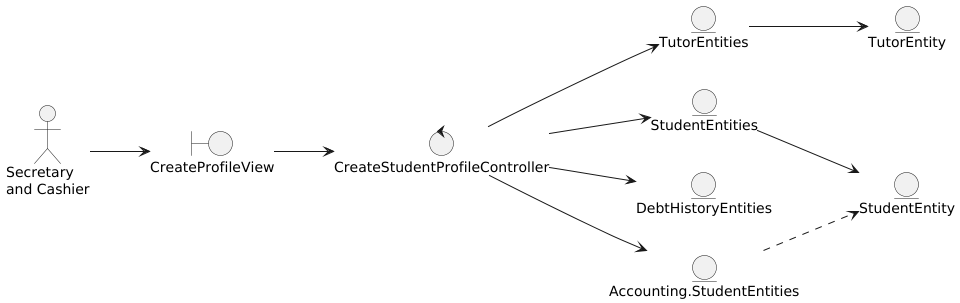
Earlier version of the PlantUML export out/DesignView/AnalysisView/UseCaseAnalysis/CU02.CreateStudentProfile/Classes.CU02.Analysis.png (wsmcbl/wsmcbl.doc).
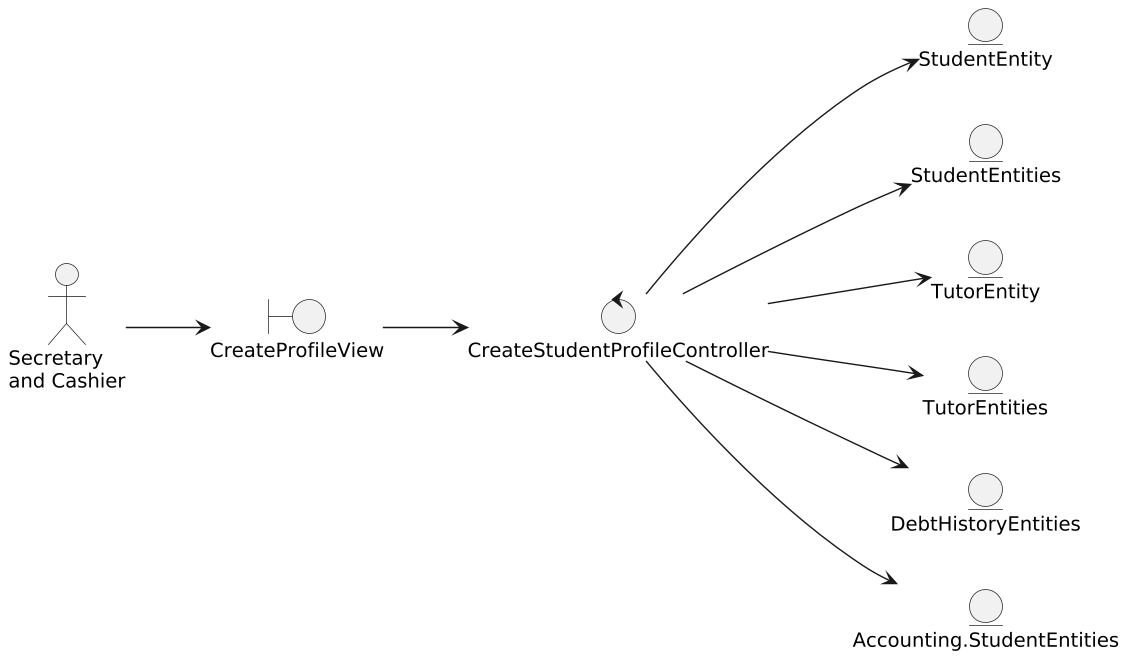
Later version of the same file.

Change to the diagram source:
```diff
@@ -1,5 +1,6 @@
 @startuml
 left to right direction
+scale 2
 
 actor "Secretary\nand Cashier" as theActor
 
@@ -22,9 +23,8 @@
 CreateStudentProfileController --> TutorEntities
 CreateStudentProfileController --> DebtHistoryEntities
 CreateStudentProfileController --> Accounting.StudentEntities
+CreateStudentProfileController --> StudentEntity
+CreateStudentProfileController --> TutorEntity
 
-StudentEntities --> StudentEntity
-TutorEntities --> TutorEntity
-Accounting.StudentEntities ..> StudentEntity
 
 @enduml
```
